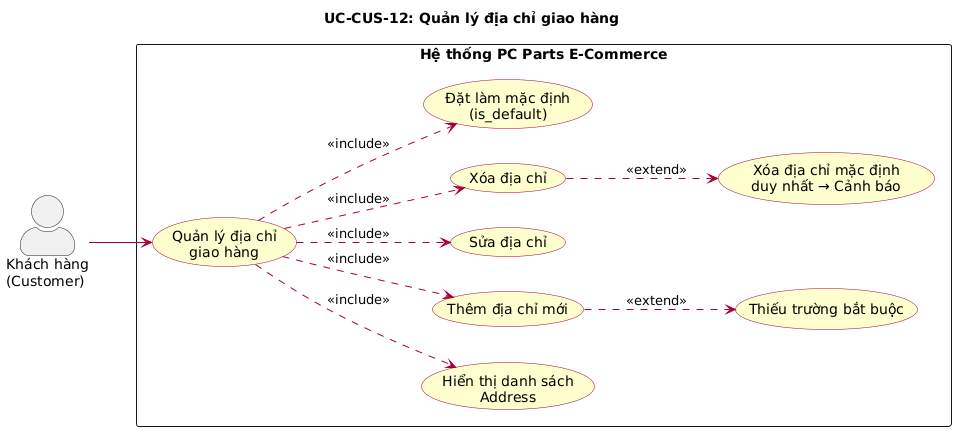
Before: docs/diagrams/images/uc_CUS12_quan_ly_dia_chi.png, a diagram exported from PlantUML (huuhieu56/PC-Parts-ECommerce).
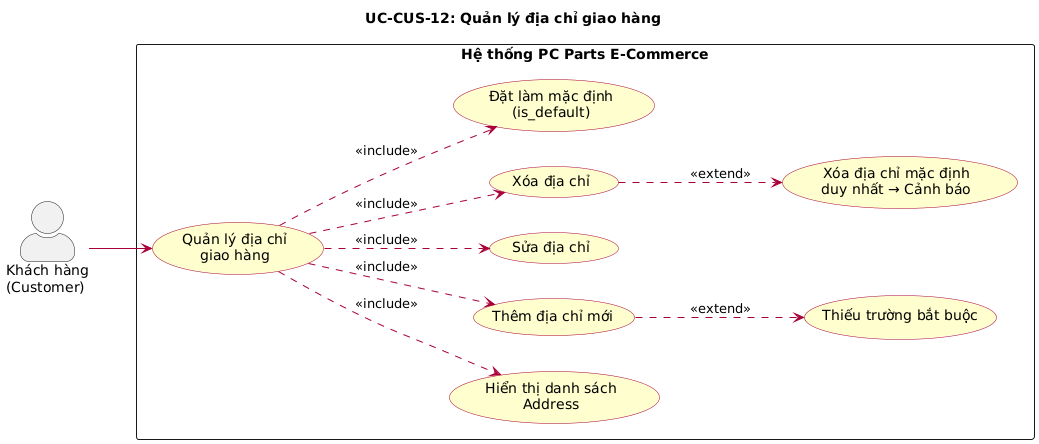
After the change.

The edit, as a diff of the source:
```diff
@@ -1,4 +1,4 @@
-@startuml
+@startuml uc_CUS12_quan_ly_dia_chi
 left to right direction
 skinparam actorStyle awesome
 skinparam packageStyle rectangle
@@ -32,4 +32,5 @@
 UC_ADDR ..> UC_DEFAULT : <<include>>
 UC_ADD ..> UC_ERR_EMPTY : <<extend>>
 UC_DEL ..> UC_ERR_LAST : <<extend>>
+
 @enduml
```
